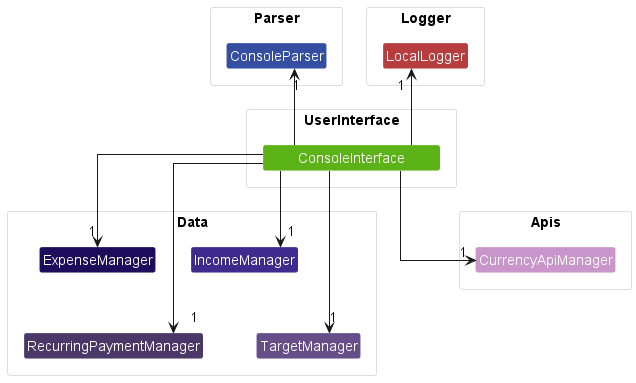
nus-cs2113-AY2223S1/tp keeps this PlantUML diagram as docs/images/ComponentUserInterface.png. Above is the earlier version.
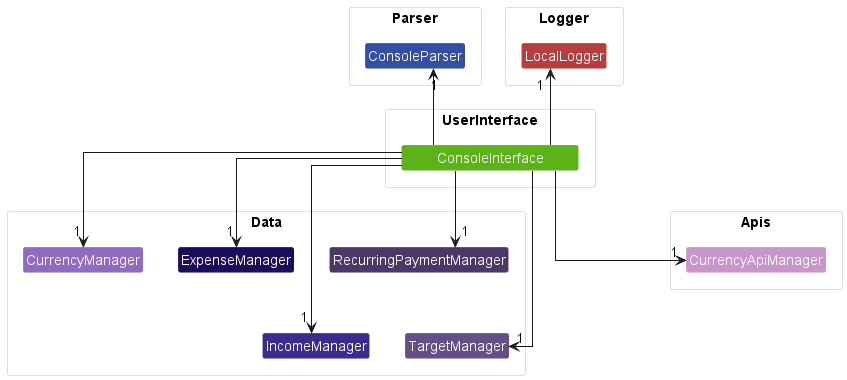
After the change.

Commit message:
Add CurrencyManager class to component user interface diagram

What changed in the source:
```diff
@@ -19,6 +19,7 @@
     Class IncomeManager DATA_COLOR_2
     Class RecurringPaymentManager DATA_COLOR_3
     Class TargetManager DATA_COLOR_4
+    Class CurrencyManager DATA_COLOR_5
 }
 
 package Apis {
@@ -29,16 +30,16 @@
     Class LocalLogger LOGGER_COLOR_1
 }
 
-ExpenseManager -down[hidden]-> RecurringPaymentManager
-IncomeManager -down[hidden]-> TargetManager
-
-RecurringPaymentManager -down[hidden]-> RecurringPaymentManager
+ExpenseManager -right[hidden]-> RecurringPaymentManager
+ExpenseManager -down[hidden]-> IncomeManager
+IncomeManager -right[hidden]-> TargetManager
 
 ConsoleInterface -up-> "1" ConsoleParser
 ConsoleInterface -down-> "1" ExpenseManager
 ConsoleInterface -down-> "1" IncomeManager
 ConsoleInterface -down-> "1" RecurringPaymentManager
 ConsoleInterface -down-> "1" TargetManager
+ConsoleInterface -down-> "1" CurrencyManager
 ConsoleInterface -down-> "1" CurrencyApiManager
 ConsoleInterface -up-> "1" LocalLogger
 @enduml
```
